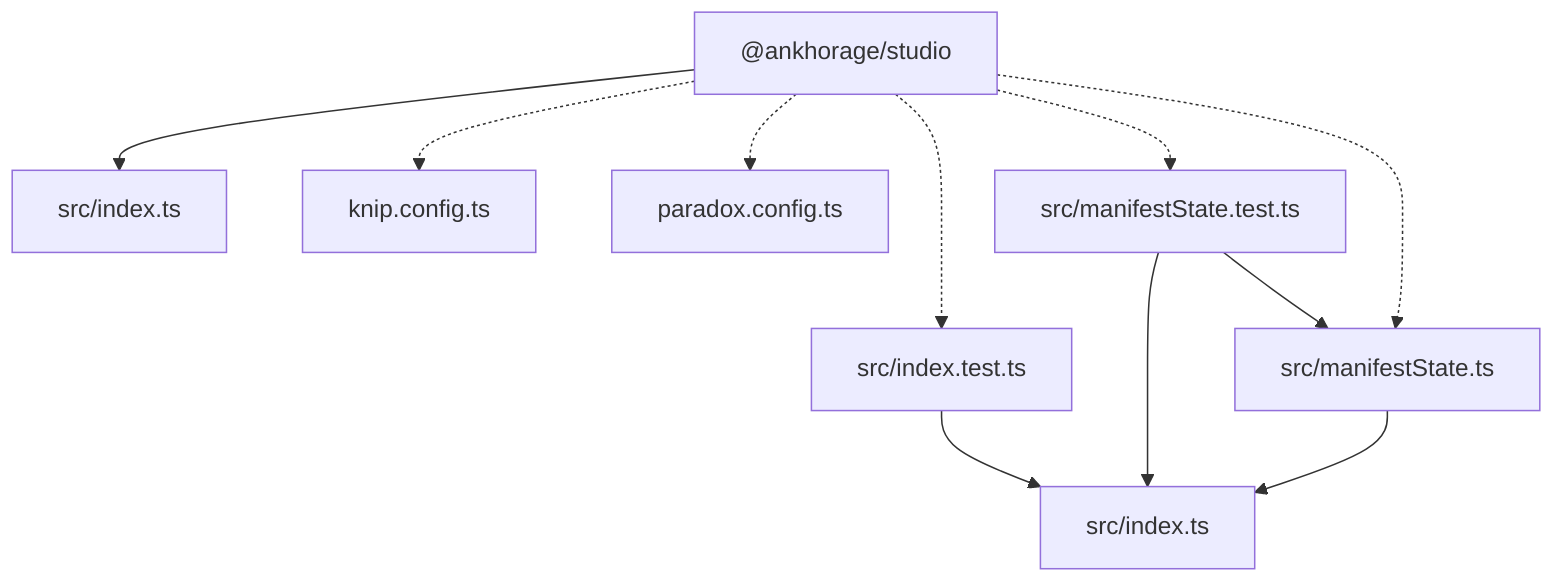
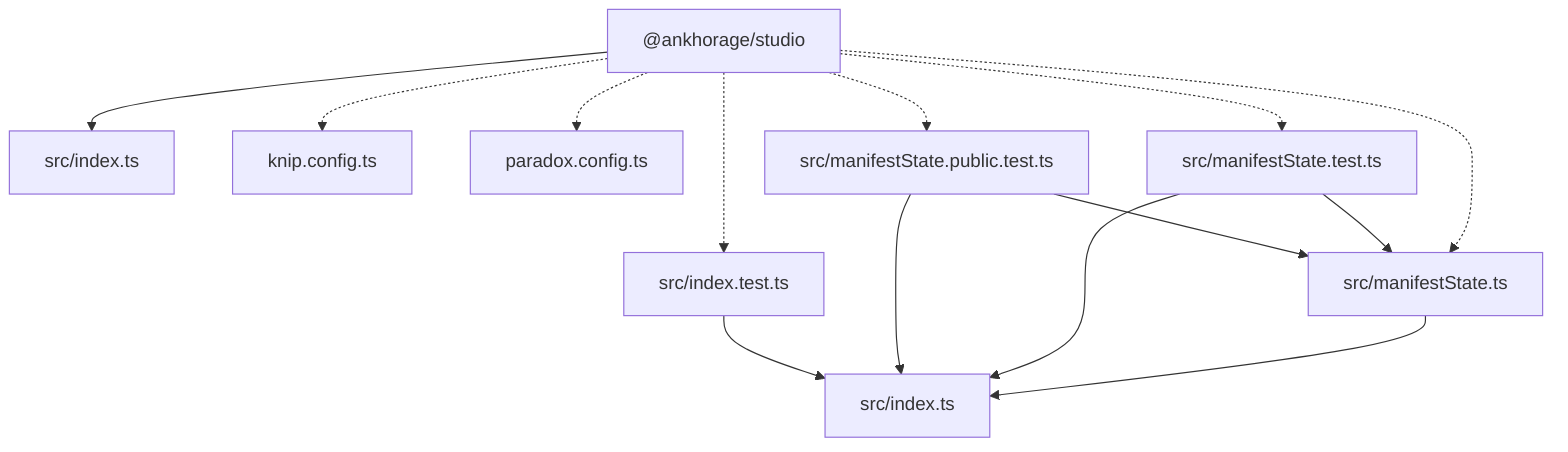
graph TD
  package__ankhorage_studio["@ankhorage/studio"]
  entrypoint_src_index_ts["src/index.ts"]
  package__ankhorage_studio --> entrypoint_src_index_ts
  module_knip_config_ts["knip.config.ts"]
  package__ankhorage_studio -.-> module_knip_config_ts
  module_paradox_config_ts["paradox.config.ts"]
  package__ankhorage_studio -.-> module_paradox_config_ts
  module_src_index_test_ts["src/index.test.ts"]
  package__ankhorage_studio -.-> module_src_index_test_ts
  module_src_index_test_ts --> module_src_index_ts
  module_src_index_ts["src/index.ts"]
+   module_src_manifestState_public_test_ts["src/manifestState.public.test.ts"]
+   package__ankhorage_studio -.-> module_src_manifestState_public_test_ts
+   module_src_manifestState_public_test_ts --> module_src_index_ts
+   module_src_manifestState_public_test_ts --> module_src_manifestState_ts
  module_src_manifestState_test_ts["src/manifestState.test.ts"]
  package__ankhorage_studio -.-> module_src_manifestState_test_ts
  module_src_manifestState_test_ts --> module_src_index_ts
  module_src_manifestState_test_ts --> module_src_manifestState_ts
  module_src_manifestState_ts["src/manifestState.ts"]
  package__ankhorage_studio -.-> module_src_manifestState_ts
  module_src_manifestState_ts --> module_src_index_ts
